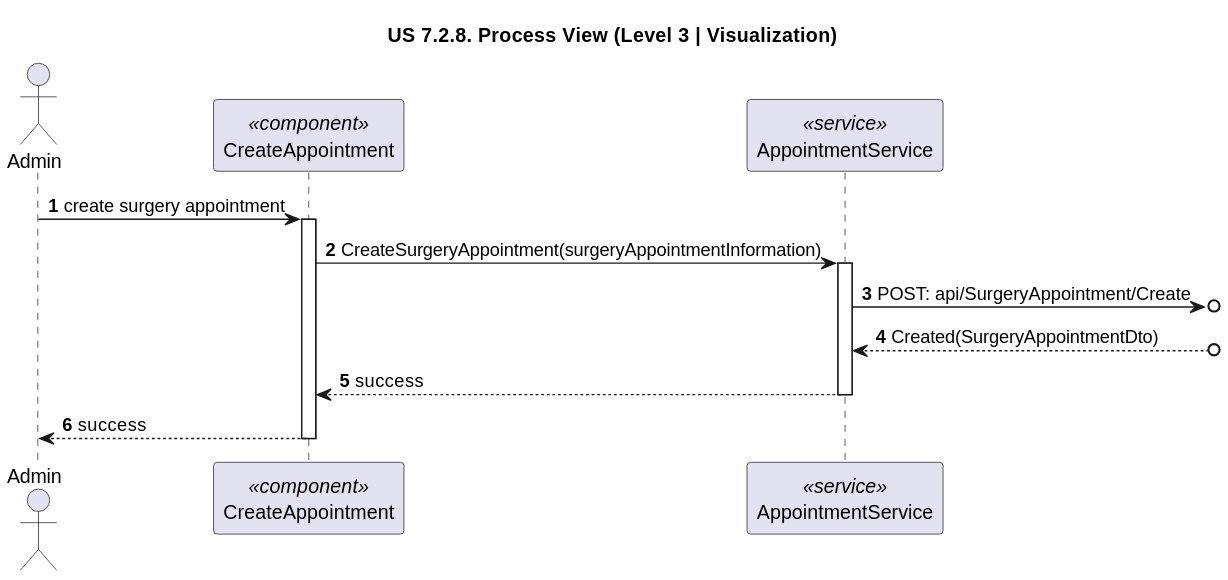
Before: docs/sprint-3/1221933/us-7.2.8/diagrams/n3/process-view-nivel3-visualization.svg, a diagram exported from PlantUML (rita-barbosa/LAPR5-2425). Source of this version:
```plantuml
@startuml

title "US 7.2.8. Process View (Level 3 | Visualization)"

autonumber
actor "Admin" as USER
participant "CreateAppointment" as UPP <<component>>
participant "AppointmentService" as PS <<service>>

USER -> UPP : create surgery appointment
activate UPP

UPP -> PS : CreateSurgeryAppointment(surgeryAppointmentInformation)
activate PS

PS ->o] : POST: api/SurgeryAppointment/Create

PS <--o] : Created(SurgeryAppointmentDto)

PS --> UPP: success
deactivate PS

UPP --> USER: success
deactivate UPP
@enduml
```
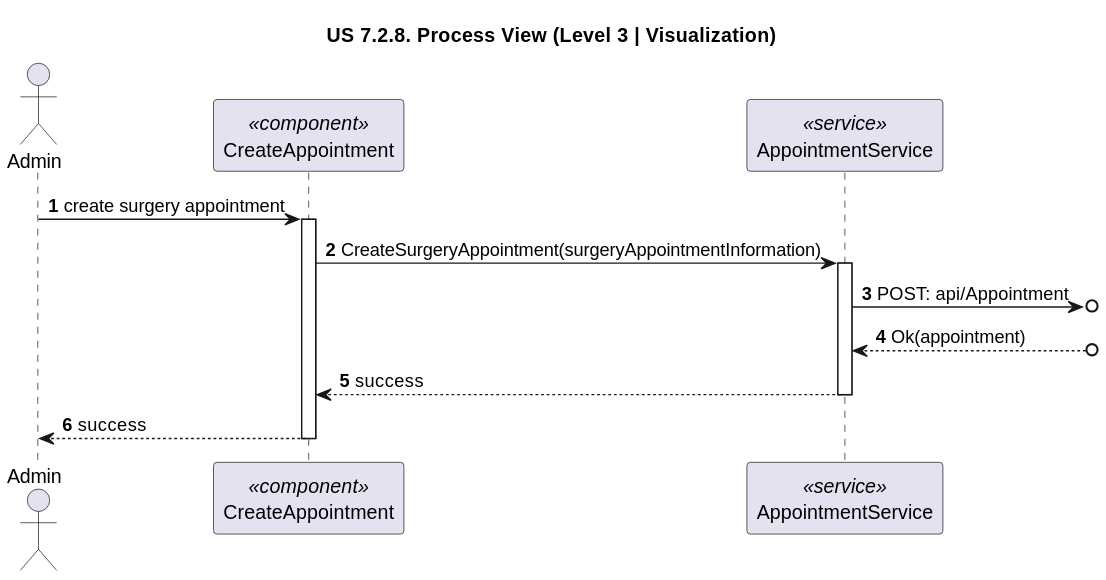
The same diagram one commit later.

Diff of the diagram source:
```diff
@@ -13,9 +13,9 @@
 UPP -> PS : CreateSurgeryAppointment(surgeryAppointmentInformation)
 activate PS
 
-PS ->o] : POST: api/SurgeryAppointment/Create
+PS ->o] : POST: api/Appointment
 
-PS <--o] : Created(SurgeryAppointmentDto)
+PS <--o] : Ok(appointment)
 
 PS --> UPP: success
 deactivate PS
```
